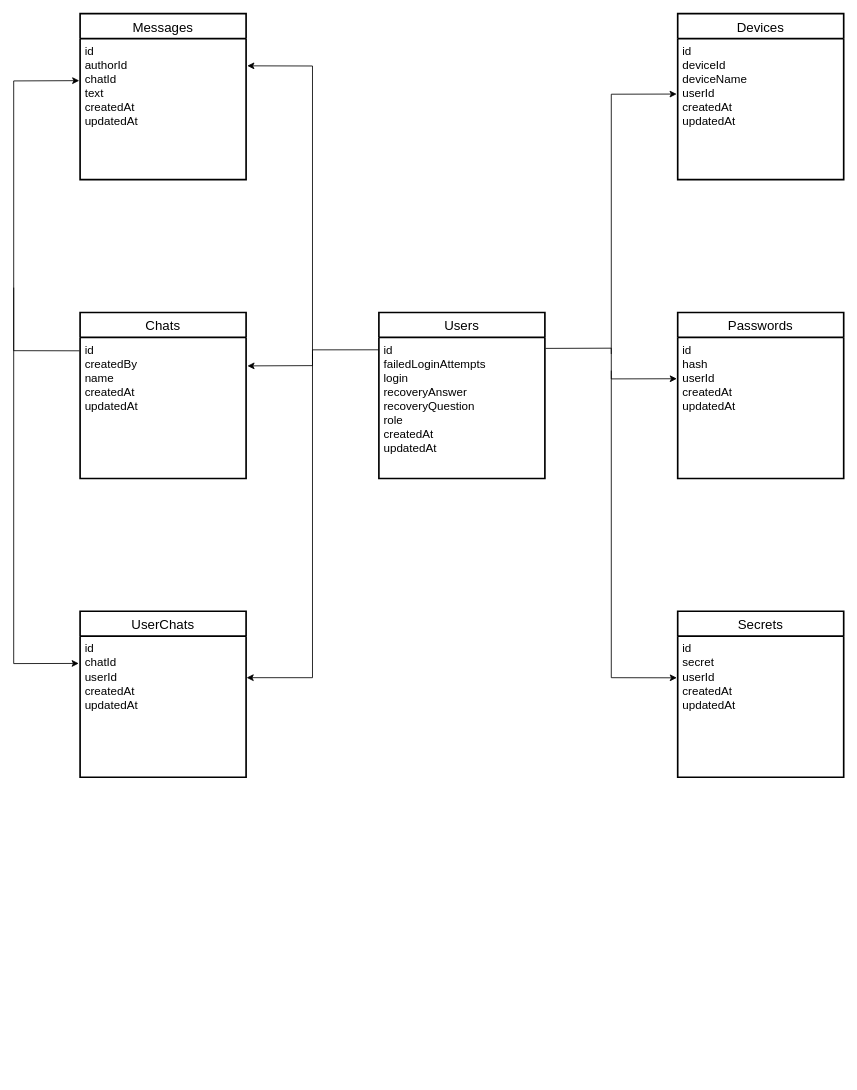
The draw.io diagram relay.drawio in relay-project/relay-backend, before the edit. Source tidied: cells renumbered, new cells numbered last; positions are measured from the earlier drawing's top-left corner, leaving out a move shared by most shapes. Both pictures are drawn from the tidied source at 83%, with x=0, y=0 at pixel (13, 13).
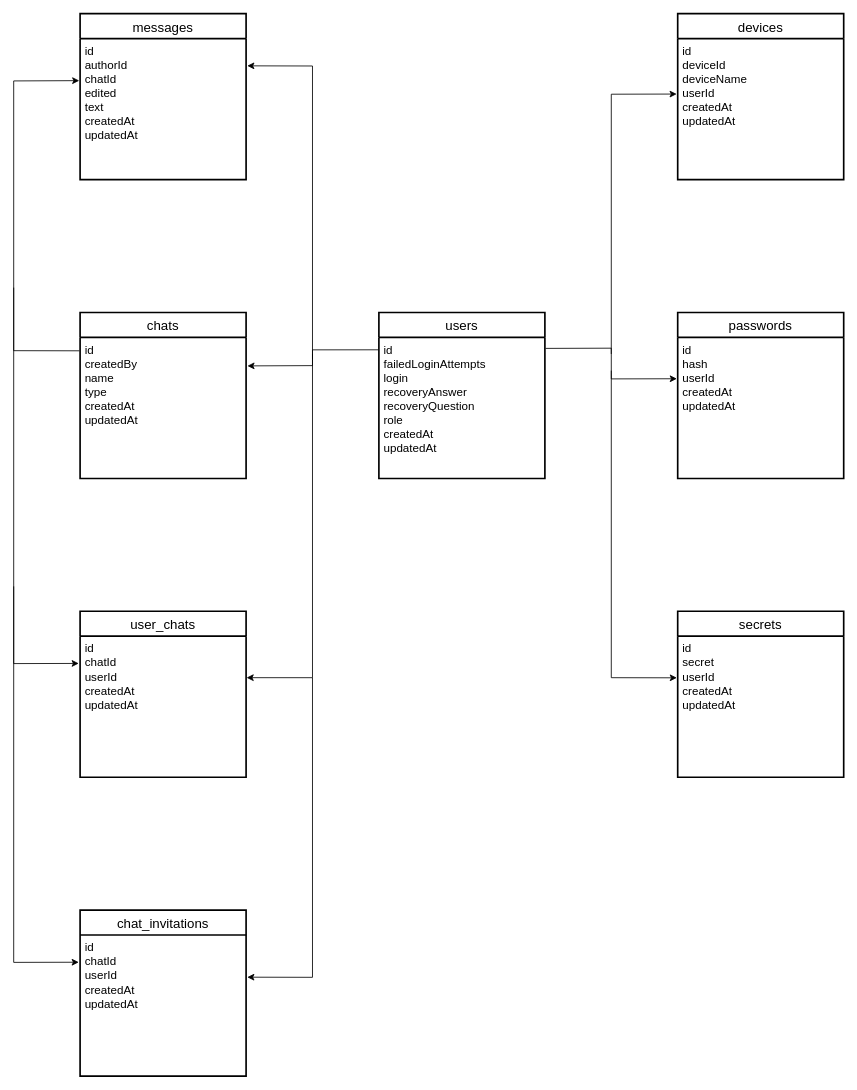
Above is the later version.

Diff of the diagram source:
```diff
@@
-    <mxCell id="2" value="Users" style="swimlane;horizontal=1;startSize=30;rounded=1;fontSize=16;fontStyle=0;strokeWidth=2;shadow=0;dashed=0;align=center;arcSize=0;" parent="1" vertex="1">
+    <mxCell id="2" value="users" style="swimlane;horizontal=1;startSize=30;rounded=1;fontSize=16;fontStyle=0;strokeWidth=2;shadow=0;dashed=0;align=center;arcSize=0;" parent="1" vertex="1">
       <mxGeometry x="440" y="360" width="200" height="200" as="geometry" />
     </mxCell>
@@
-    <mxCell id="4" value="Passwords" style="swimlane;horizontal=1;startSize=30;rounded=1;fontSize=16;fontStyle=0;strokeWidth=2;shadow=0;dashed=0;align=center;arcSize=0;" parent="1" vertex="1">
+    <mxCell id="4" value="passwords" style="swimlane;horizontal=1;startSize=30;rounded=1;fontSize=16;fontStyle=0;strokeWidth=2;shadow=0;dashed=0;align=center;arcSize=0;" parent="1" vertex="1">
       <mxGeometry x="800" y="360" width="200" height="200" as="geometry" />
     </mxCell>
@@
-    <mxCell id="7" value="Secrets" style="swimlane;horizontal=1;startSize=30;rounded=1;fontSize=16;fontStyle=0;strokeWidth=2;shadow=0;dashed=0;align=center;arcSize=0;" parent="1" vertex="1">
+    <mxCell id="7" value="secrets" style="swimlane;horizontal=1;startSize=30;rounded=1;fontSize=16;fontStyle=0;strokeWidth=2;shadow=0;dashed=0;align=center;arcSize=0;" parent="1" vertex="1">
       <mxGeometry x="800" y="720" width="200" height="200" as="geometry" />
     </mxCell>
@@
-    <mxCell id="10" value="Devices" style="swimlane;horizontal=1;startSize=30;rounded=1;fontSize=16;fontStyle=0;strokeWidth=2;shadow=0;dashed=0;align=center;arcSize=0;" parent="1" vertex="1">
+    <mxCell id="10" value="devices" style="swimlane;horizontal=1;startSize=30;rounded=1;fontSize=16;fontStyle=0;strokeWidth=2;shadow=0;dashed=0;align=center;arcSize=0;" parent="1" vertex="1">
       <mxGeometry x="800" width="200" height="200" as="geometry" />
     </mxCell>
@@
-    <mxCell id="13" value="Chats" style="swimlane;horizontal=1;startSize=30;rounded=1;fontSize=16;fontStyle=0;strokeWidth=2;shadow=0;dashed=0;align=center;arcSize=0;" parent="1" vertex="1">
+    <mxCell id="13" value="chats" style="swimlane;horizontal=1;startSize=30;rounded=1;fontSize=16;fontStyle=0;strokeWidth=2;shadow=0;dashed=0;align=center;arcSize=0;" parent="1" vertex="1">
       <mxGeometry x="80" y="360" width="200" height="200" as="geometry" />
     </mxCell>
-    <mxCell id="14" value="id&#10;createdBy&#10;name&#10;createdAt&#10;updatedAt" style="align=left;strokeColor=none;fillColor=none;spacingLeft=4;fontSize=14;verticalAlign=top;" parent="13" vertex="1">
+    <mxCell id="14" value="id&#10;createdBy&#10;name&#10;type&#10;createdAt&#10;updatedAt" style="align=left;strokeColor=none;fillColor=none;spacingLeft=4;fontSize=14;verticalAlign=top;" parent="13" vertex="1">
       <mxGeometry y="30" width="200" height="170" as="geometry" />
     </mxCell>
-    <mxCell id="15" value="UserChats" style="swimlane;horizontal=1;startSize=30;rounded=1;fontSize=16;fontStyle=0;strokeWidth=2;shadow=0;dashed=0;align=center;arcSize=0;" parent="1" vertex="1">
+    <mxCell id="15" value="user_chats" style="swimlane;horizontal=1;startSize=30;rounded=1;fontSize=16;fontStyle=0;strokeWidth=2;shadow=0;dashed=0;align=center;arcSize=0;" parent="1" vertex="1">
       <mxGeometry x="80" y="720" width="200" height="200" as="geometry" />
     </mxCell>
@@
-    <mxCell id="19" value="Messages" style="swimlane;horizontal=1;startSize=30;rounded=1;fontSize=16;fontStyle=0;strokeWidth=2;shadow=0;dashed=0;align=center;arcSize=0;" parent="1" vertex="1">
+    <mxCell id="19" value="messages" style="swimlane;horizontal=1;startSize=30;rounded=1;fontSize=16;fontStyle=0;strokeWidth=2;shadow=0;dashed=0;align=center;arcSize=0;" parent="1" vertex="1">
       <mxGeometry x="80" width="200" height="200" as="geometry" />
     </mxCell>
-    <mxCell id="20" value="id&#10;authorId&#10;chatId&#10;text&#10;createdAt&#10;updatedAt" style="align=left;strokeColor=none;fillColor=none;spacingLeft=4;fontSize=14;verticalAlign=top;" parent="19" vertex="1">
+    <mxCell id="20" value="id&#10;authorId&#10;chatId&#10;edited&#10;text&#10;createdAt&#10;updatedAt" style="align=left;strokeColor=none;fillColor=none;spacingLeft=4;fontSize=14;verticalAlign=top;" parent="19" vertex="1">
       <mxGeometry y="30" width="200" height="170" as="geometry" />
     </mxCell>
@@
+    <mxCell id="24" value="chat_invitations" style="swimlane;horizontal=1;startSize=30;rounded=1;fontSize=16;fontStyle=0;strokeWidth=2;shadow=0;dashed=0;align=center;arcSize=0;" parent="1" vertex="1">
+      <mxGeometry x="80" y="1080" width="200" height="200" as="geometry" />
+    </mxCell>
+    <mxCell id="25" value="id&#10;chatId&#10;userId&#10;createdAt&#10;updatedAt" style="align=left;strokeColor=none;fillColor=none;spacingLeft=4;fontSize=14;verticalAlign=top;" parent="24" vertex="1">
+      <mxGeometry y="30" width="200" height="170" as="geometry" />
+    </mxCell>
+    <mxCell id="26" style="endArrow=classic;html=1;rounded=0;entryX=1.007;entryY=0.299;entryDx=0;entryDy=0;entryPerimeter=0;strokeColor=default;" parent="1" edge="1" target="25">
+      <mxGeometry relative="1" as="geometry">
+        <mxPoint x="360" y="800" as="sourcePoint" />
+        <Array as="points">
+          <mxPoint x="360" y="1161" />
+        </Array>
+      </mxGeometry>
+    </mxCell>
+    <mxCell id="27" style="endArrow=classic;html=1;rounded=0;entryX=-0.008;entryY=0.193;entryDx=0;entryDy=0;entryPerimeter=0;" parent="1" edge="1">
+      <mxGeometry relative="1" as="geometry">
+        <mxPoint y="690" as="sourcePoint" />
+        <mxPoint x="78.4" y="1142.8" as="targetPoint" />
+        <Array as="points">
+          <mxPoint y="1143" />
+        </Array>
+      </mxGeometry>
+    </mxCell>
```
